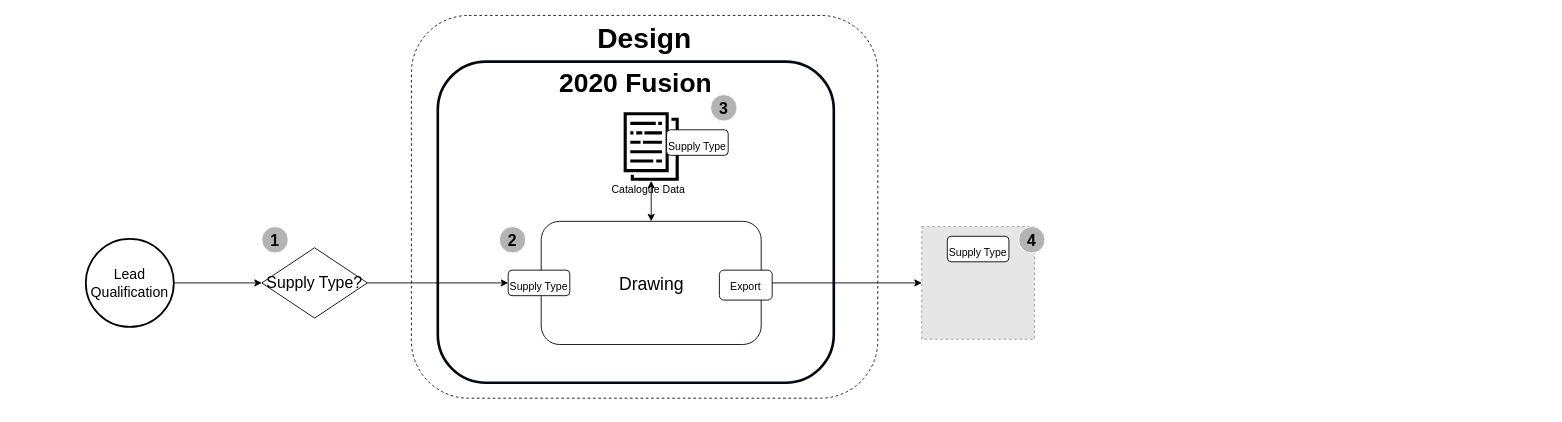
Earlier version of the draw.io diagram page "Design Initiate" (3 of 3) of Mendel Simple.drawio (mrf742002/Diagrams). Source tidied: cells renumbered, new cells numbered last; positions are measured from the earlier drawing's top-left corner, leaving out a move shared by most shapes. Both pictures are drawn from the tidied source at 88%, with x=0, y=0 at pixel (85, 15). Pictures stored in the file or linked from it are replaced by grey dashed boxes.
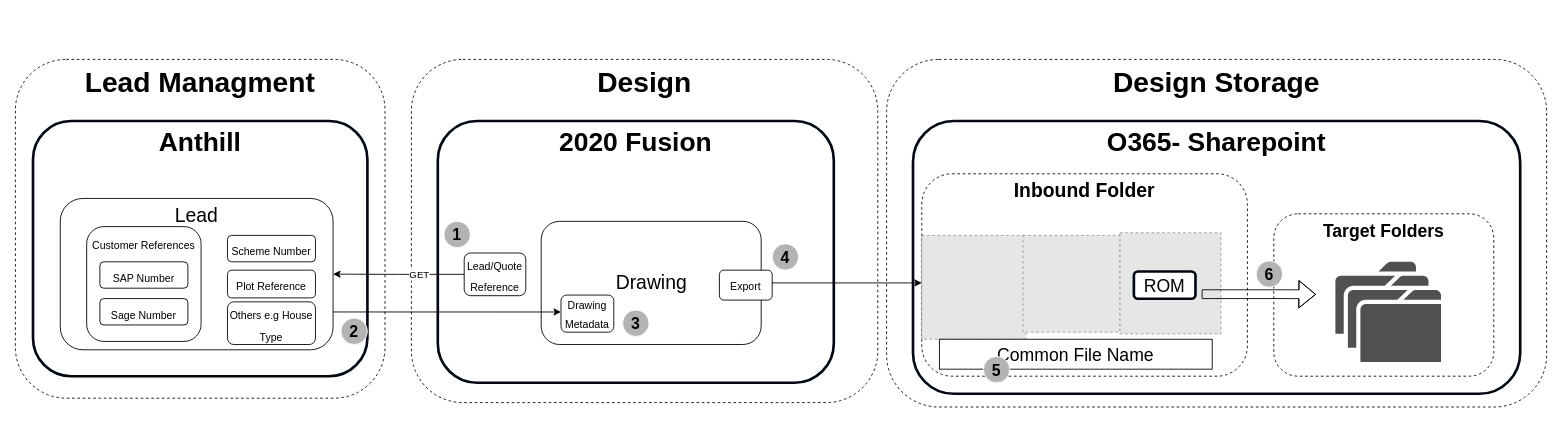
After the change.

What changed in the source:
```diff
@@
+    <mxCell id="23" value="&lt;b style=&quot;font-size: 32px&quot;&gt;Lead Managment&lt;/b&gt;" style="rounded=1;whiteSpace=wrap;html=1;verticalAlign=top;strokeWidth=1;strokeColor=#020912;dashed=1;fontSize=32;" parent="1" vertex="1">
+      <mxGeometry x="-80" y="50" width="420" height="385" as="geometry" />
+    </mxCell>
+    <mxCell id="24" value="&lt;b&gt;&lt;font style=&quot;font-size: 30px&quot;&gt;Anthill&lt;/font&gt;&lt;/b&gt;" style="rounded=1;whiteSpace=wrap;html=1;verticalAlign=top;strokeWidth=3;strokeColor=#020912;" parent="1" vertex="1">
+      <mxGeometry x="-60" y="120" width="380" height="290" as="geometry" />
+    </mxCell>
+    <mxCell id="25" value="&lt;b style=&quot;font-size: 32px&quot;&gt;Design Storage&lt;/b&gt;" style="rounded=1;whiteSpace=wrap;html=1;verticalAlign=top;strokeWidth=1;strokeColor=#020912;dashed=1;fontSize=32;" parent="1" vertex="1">
+      <mxGeometry x="910" y="50" width="750" height="395" as="geometry" />
+    </mxCell>
+    <mxCell id="26" value="&lt;b&gt;&lt;font style=&quot;font-size: 30px&quot;&gt;O365- Sharepoint&lt;/font&gt;&lt;/b&gt;" style="rounded=1;whiteSpace=wrap;html=1;verticalAlign=top;strokeWidth=3;strokeColor=#020912;" parent="1" vertex="1">
+      <mxGeometry x="940" y="120" width="690" height="310" as="geometry" />
+    </mxCell>
+    <mxCell id="27" value="&lt;b style=&quot;font-size: 22px;&quot;&gt;Inbound Folder&lt;/b&gt;" style="rounded=1;whiteSpace=wrap;html=1;verticalAlign=top;strokeWidth=1;strokeColor=#020912;dashed=1;fontSize=22;" parent="1" vertex="1">
+      <mxGeometry x="950" y="180" width="370" height="230" as="geometry" />
+    </mxCell>
+    <mxCell id="28" style="fillColor=#E6E6E6;strokeColor=#999999;dashed=1;html=1;verticalAlign=top;verticalLabelPosition=bottom;labelBackgroundColor=#ffffff;" parent="1" vertex="1">
+      <mxGeometry x="1175" y="247" width="115" height="115" as="geometry" />
+    </mxCell>
     <mxCell id="2" value="&lt;b style=&quot;font-size: 32px;&quot;&gt;Design&lt;/b&gt;" style="rounded=1;whiteSpace=wrap;html=1;verticalAlign=top;strokeWidth=1;strokeColor=#020912;dashed=1;fontSize=32;" parent="1" vertex="1">
-      <mxGeometry x="370" width="530" height="435" as="geometry" />
+      <mxGeometry x="370" y="50" width="530" height="390" as="geometry" />
     </mxCell>
     <mxCell id="3" value="&lt;b&gt;&lt;font style=&quot;font-size: 30px&quot;&gt;2020 Fusion&lt;/font&gt;&lt;/b&gt;" style="rounded=1;whiteSpace=wrap;html=1;verticalAlign=top;strokeWidth=3;strokeColor=#020912;" parent="1" vertex="1">
-      <mxGeometry x="400" y="52.5" width="450" height="365" as="geometry" />
+      <mxGeometry x="400" y="120" width="450" height="297.5" as="geometry" />
     </mxCell>
-    <mxCell id="4" style="edgeStyle=orthogonalEdgeStyle;rounded=0;jettySize=auto;html=1;exitX=1;exitY=0.5;exitDx=0;exitDy=0;" parent="1" edge="1" source="10" target="5">
-      <mxGeometry relative="1" as="geometry" />
+    <mxCell id="4" style="edgeStyle=orthogonalEdgeStyle;rounded=0;jettySize=auto;html=1;exitX=1;exitY=0.5;exitDx=0;exitDy=0;" parent="1" edge="1" source="10">
+      <mxGeometry relative="1" as="geometry">
+        <mxPoint x="950" y="304" as="targetPoint" />
+      </mxGeometry>
     </mxCell>
     <mxCell id="5" style="fillColor=#E6E6E6;strokeColor=#999999;dashed=1;html=1;verticalAlign=top;verticalLabelPosition=bottom;labelBackgroundColor=#ffffff;" parent="1" vertex="1">
-      <mxGeometry x="950" y="240" width="128" height="128" as="geometry" />
+      <mxGeometry x="950" y="250" width="118" height="118" as="geometry" />
     </mxCell>
-    <mxCell id="6" style="group;" parent="1" vertex="1">
-      <mxGeometry x="604" y="110" width="85" height="98" as="geometry" />
-    </mxCell>
-    <mxCell id="7" style="outlineConnect=0;fontColor=#232F3E;gradientColor=none;fillColor=#000000;strokeColor=none;dashed=0;verticalLabelPosition=bottom;verticalAlign=top;align=center;html=1;fontSize=12;fontStyle=0;shape=mxgraph.aws4.data_set;" parent="6" vertex="1">
-      <mxGeometry x="7" width="63" height="78" as="geometry" />
-    </mxCell>
-    <mxCell id="8" value="Catalogue Data" style="text;html=1;align=center;verticalAlign=middle;" parent="6" vertex="1">
-      <mxGeometry x="-15" y="78" width="100" height="20" as="geometry" />
-    </mxCell>
-    <mxCell id="9" style="edgeStyle=orthogonalEdgeStyle;rounded=0;jettySize=auto;html=1;exitX=0.5;exitY=0;exitDx=0;exitDy=0;startArrow=classic;startFill=1;" parent="1" edge="1" source="10" target="7">
-      <mxGeometry relative="1" as="geometry" />
-    </mxCell>
-    <mxCell id="10" value="Drawing" style="rounded=1;whiteSpace=wrap;html=1;fontSize=20;" parent="1" vertex="1">
+    <mxCell id="10" value="Drawing" style="rounded=1;whiteSpace=wrap;html=1;fontSize=22;" parent="1" vertex="1">
       <mxGeometry x="517.5" y="234" width="250" height="140" as="geometry" />
     </mxCell>
-    <mxCell id="11" style="edgeStyle=orthogonalEdgeStyle;rounded=0;jettySize=auto;html=1;exitX=1;exitY=0.5;exitDx=0;exitDy=0;startArrow=none;startFill=0;" parent="1" edge="1" source="12" target="13">
-      <mxGeometry relative="1" as="geometry" />
-    </mxCell>
-    <mxCell id="12" value="Supply Type?" style="rhombus;whiteSpace=wrap;html=1;fontSize=18;" parent="1" vertex="1">
-      <mxGeometry x="200" y="264" width="120" height="80" as="geometry" />
-    </mxCell>
-    <mxCell id="13" value="&lt;span style=&quot;font-size: 12px&quot;&gt;Supply Type&lt;/span&gt;" style="rounded=1;whiteSpace=wrap;html=1;fontSize=20;" parent="1" vertex="1">
-      <mxGeometry x="480" y="289.5" width="70" height="29" as="geometry" />
+    <mxCell id="13" value="&lt;span style=&quot;font-size: 12px&quot;&gt;Lead/Quote&lt;br&gt;Reference&lt;/span&gt;" style="rounded=1;whiteSpace=wrap;html=1;fontSize=20;" parent="1" vertex="1">
+      <mxGeometry x="430" y="270" width="70" height="48.5" as="geometry" />
     </mxCell>
-    <mxCell id="14" value="&lt;span style=&quot;font-size: 12px&quot;&gt;Supply Type&lt;/span&gt;" style="rounded=1;whiteSpace=wrap;html=1;fontSize=20;" parent="1" vertex="1">
-      <mxGeometry x="660" y="130" width="70" height="29" as="geometry" />
-    </mxCell>
-    <mxCell id="15" value="&lt;span style=&quot;font-size: 12px&quot;&gt;Supply Type&lt;/span&gt;" style="rounded=1;whiteSpace=wrap;html=1;fontSize=20;" parent="1" vertex="1">
-      <mxGeometry x="979" y="251" width="70" height="29" as="geometry" />
-    </mxCell>
-    <mxCell id="16" style="edgeStyle=orthogonalEdgeStyle;rounded=0;jettySize=auto;html=1;exitX=1;exitY=0.5;exitDx=0;exitDy=0;exitPerimeter=0;entryX=0;entryY=0.5;entryDx=0;entryDy=0;startArrow=none;startFill=0;" parent="1" edge="1" source="17" target="12">
-      <mxGeometry relative="1" as="geometry" />
-    </mxCell>
-    <mxCell id="17" value="&lt;font style=&quot;font-size: 16px&quot;&gt;Lead Qualification&lt;/font&gt;" style="strokeWidth=2;html=1;shape=mxgraph.flowchart.start_2;whiteSpace=wrap;fillColor=none;" parent="1" vertex="1">
-      <mxGeometry y="254" width="100" height="100" as="geometry" />
-    </mxCell>
+    <mxCell id="22" value="&lt;font style=&quot;font-size: 12px&quot;&gt;Export&lt;/font&gt;" style="rounded=1;whiteSpace=wrap;html=1;fontSize=18;" parent="1" vertex="1">
+      <mxGeometry x="720" y="289.5" width="60" height="34" as="geometry" />
+    </mxCell>
+    <mxCell id="29" style="edgeStyle=orthogonalEdgeStyle;rounded=0;jettySize=auto;html=1;exitX=1;exitY=0.75;exitDx=0;exitDy=0;entryX=0.09;entryY=0.736;entryDx=0;entryDy=0;entryPerimeter=0;" parent="1" edge="1" source="30" target="10">
+      <mxGeometry relative="1" as="geometry" />
+    </mxCell>
+    <mxCell id="30" value="Lead" style="rounded=1;whiteSpace=wrap;html=1;fontSize=22;verticalAlign=top;" parent="1" vertex="1">
+      <mxGeometry x="-29" y="208" width="310" height="172" as="geometry" />
+    </mxCell>
+    <mxCell id="31" value="&lt;span style=&quot;font-size: 12px&quot;&gt;Scheme Number&lt;/span&gt;" style="rounded=1;whiteSpace=wrap;html=1;fontSize=20;" parent="1" vertex="1">
+      <mxGeometry x="161" y="250" width="100" height="30" as="geometry" />
+    </mxCell>
+    <mxCell id="32" value="&lt;span style=&quot;font-size: 12px&quot;&gt;Plot Reference&lt;/span&gt;" style="rounded=1;whiteSpace=wrap;html=1;fontSize=20;" parent="1" vertex="1">
+      <mxGeometry x="161" y="289.5" width="100" height="31.5" as="geometry" />
+    </mxCell>
+    <mxCell id="33" value="&lt;span style=&quot;font-size: 12px&quot;&gt;Others e.g House Type&lt;/span&gt;" style="rounded=1;whiteSpace=wrap;html=1;fontSize=20;" parent="1" vertex="1">
+      <mxGeometry x="161" y="325.5" width="100" height="48.5" as="geometry" />
+    </mxCell>
+    <mxCell id="34" value="&lt;span style=&quot;font-size: 12px&quot;&gt;Customer References&lt;/span&gt;" style="rounded=1;whiteSpace=wrap;html=1;fontSize=20;verticalAlign=top;" parent="1" vertex="1">
+      <mxGeometry x="1" y="240" width="130" height="130.5" as="geometry" />
+    </mxCell>
+    <mxCell id="35" value="&lt;span style=&quot;font-size: 12px&quot;&gt;SAP Number&lt;/span&gt;" style="rounded=1;whiteSpace=wrap;html=1;fontSize=20;" parent="1" vertex="1">
+      <mxGeometry x="16" y="280" width="100" height="30" as="geometry" />
+    </mxCell>
+    <mxCell id="36" value="&lt;span style=&quot;font-size: 12px&quot;&gt;Sage Number&lt;/span&gt;" style="rounded=1;whiteSpace=wrap;html=1;fontSize=20;" parent="1" vertex="1">
+      <mxGeometry x="16" y="321.8" width="100" height="30" as="geometry" />
+    </mxCell>
+    <mxCell id="37" style="edgeStyle=orthogonalEdgeStyle;rounded=0;jettySize=auto;html=1;exitX=0;exitY=0.5;exitDx=0;exitDy=0;entryX=1;entryY=0.5;entryDx=0;entryDy=0;" parent="1" edge="1" source="13" target="30">
+      <mxGeometry relative="1" as="geometry" />
+    </mxCell>
+    <mxCell id="38" value="GET" style="edgeLabel;html=1;align=center;verticalAlign=middle;" parent="37" vertex="1">
+      <mxGeometry y="-23" relative="1" as="geometry">
+        <mxPoint x="23" y="23" as="offset" />
+      </mxGeometry>
+    </mxCell>
+    <mxCell id="39" value="&lt;font style=&quot;font-size: 12px&quot;&gt;Drawing Metadata&lt;/font&gt;" style="rounded=1;whiteSpace=wrap;html=1;fontSize=18;" parent="1" vertex="1">
+      <mxGeometry x="540" y="317.8" width="60" height="42.2" as="geometry" />
+    </mxCell>
+    <mxCell id="40" value="&lt;font style=&quot;font-size: 20px;&quot;&gt;Common File Name&lt;/font&gt;" style="rounded=1;whiteSpace=wrap;html=1;fontSize=20;arcSize=0;" parent="1" vertex="1">
+      <mxGeometry x="970" y="368" width="310" height="34" as="geometry" />
+    </mxCell>
+    <mxCell id="41" style="fillColor=#E6E6E6;strokeColor=#999999;dashed=1;html=1;verticalAlign=top;verticalLabelPosition=bottom;labelBackgroundColor=#ffffff;" parent="1" vertex="1">
+      <mxGeometry x="1065" y="250" width="110" height="110" as="geometry" />
+    </mxCell>
+    <mxCell id="42" value="ROM" style="rounded=1;whiteSpace=wrap;verticalAlign=middle;strokeWidth=3;strokeColor=#020912;fontSize=20;direction=south;fontColor=#000000;labelBackgroundColor=#ffffff;" parent="1" vertex="1">
+      <mxGeometry x="1191" y="291" width="70" height="31" as="geometry" />
+    </mxCell>
+    <mxCell id="43" value="&lt;b style=&quot;font-size: 20px;&quot;&gt;Target Folders&lt;/b&gt;" style="rounded=1;whiteSpace=wrap;html=1;verticalAlign=top;strokeWidth=1;strokeColor=#020912;dashed=1;fontSize=20;" parent="1" vertex="1">
+      <mxGeometry x="1350" y="225.5" width="250" height="184.5" as="geometry" />
+    </mxCell>
+    <mxCell id="44" style="shape=flexArrow;endArrow=classic;html=1;fontColor=#000000;" parent="1" edge="1">
+      <mxGeometry relative="1" as="geometry">
+        <mxPoint x="1268" y="316.8" as="sourcePoint" />
+        <mxPoint x="1398" y="317" as="targetPoint" />
+        <Array as="points">
+          <mxPoint x="1368" y="316.8" />
+        </Array>
+      </mxGeometry>
+    </mxCell>
+    <mxCell id="45" style="shadow=0;dashed=0;html=1;strokeColor=none;fillColor=#505050;labelPosition=center;verticalLabelPosition=bottom;verticalAlign=top;align=center;shape=mxgraph.office.concepts.folders;labelBackgroundColor=#ffffff;fontColor=#000000;" parent="1" vertex="1">
+      <mxGeometry x="1420" y="279.8" width="120" height="114" as="geometry" />
+    </mxCell>
     <mxCell id="18" value="&lt;b&gt;&lt;font style=&quot;font-size: 18px&quot;&gt;1&lt;/font&gt;&lt;/b&gt;" style="ellipse;whiteSpace=wrap;html=1;strokeColor=#FFFFFF;fillColor=#B3B3B3;fontSize=20;" parent="1" vertex="1">
-      <mxGeometry x="200" y="240" width="30" height="30" as="geometry" />
+      <mxGeometry x="407" y="234" width="30" height="30" as="geometry" />
     </mxCell>
     <mxCell id="19" value="&lt;b&gt;&lt;font style=&quot;font-size: 18px&quot;&gt;2&lt;/font&gt;&lt;/b&gt;" style="ellipse;whiteSpace=wrap;html=1;strokeColor=#FFFFFF;fillColor=#B3B3B3;fontSize=20;" parent="1" vertex="1">
-      <mxGeometry x="470" y="240" width="30" height="30" as="geometry" />
+      <mxGeometry x="290" y="344" width="30" height="30" as="geometry" />
     </mxCell>
     <mxCell id="20" value="&lt;b&gt;&lt;font style=&quot;font-size: 18px&quot;&gt;3&lt;/font&gt;&lt;/b&gt;" style="ellipse;whiteSpace=wrap;html=1;strokeColor=#FFFFFF;fillColor=#B3B3B3;fontSize=20;" parent="1" vertex="1">
-      <mxGeometry x="710" y="90" width="30" height="30" as="geometry" />
+      <mxGeometry x="610" y="334.8" width="30" height="30" as="geometry" />
     </mxCell>
     <mxCell id="21" value="&lt;b&gt;&lt;font style=&quot;font-size: 18px&quot;&gt;4&lt;/font&gt;&lt;/b&gt;" style="ellipse;whiteSpace=wrap;html=1;strokeColor=#FFFFFF;fillColor=#B3B3B3;fontSize=20;" parent="1" vertex="1">
-      <mxGeometry x="1060" y="240" width="30" height="30" as="geometry" />
+      <mxGeometry x="780" y="259.5" width="30" height="30" as="geometry" />
     </mxCell>
-    <mxCell id="22" value="&lt;font style=&quot;font-size: 12px&quot;&gt;Export&lt;/font&gt;" style="rounded=1;whiteSpace=wrap;html=1;fontSize=18;" parent="1" vertex="1">
-      <mxGeometry x="720" y="289.5" width="60" height="34" as="geometry" />
-    </mxCell>
+    <mxCell id="46" value="&lt;b&gt;&lt;font style=&quot;font-size: 18px&quot;&gt;5&lt;/font&gt;&lt;/b&gt;" style="ellipse;whiteSpace=wrap;html=1;strokeColor=#FFFFFF;fillColor=#B3B3B3;fontSize=20;" parent="1" vertex="1">
+      <mxGeometry x="1020" y="387.5" width="30" height="30" as="geometry" />
+    </mxCell>
+    <mxCell id="47" value="&lt;b&gt;&lt;font style=&quot;font-size: 18px&quot;&gt;6&lt;/font&gt;&lt;/b&gt;" style="ellipse;whiteSpace=wrap;html=1;strokeColor=#FFFFFF;fillColor=#B3B3B3;fontSize=20;" parent="1" vertex="1">
+      <mxGeometry x="1330" y="279" width="30" height="30" as="geometry" />
+    </mxCell>
```
